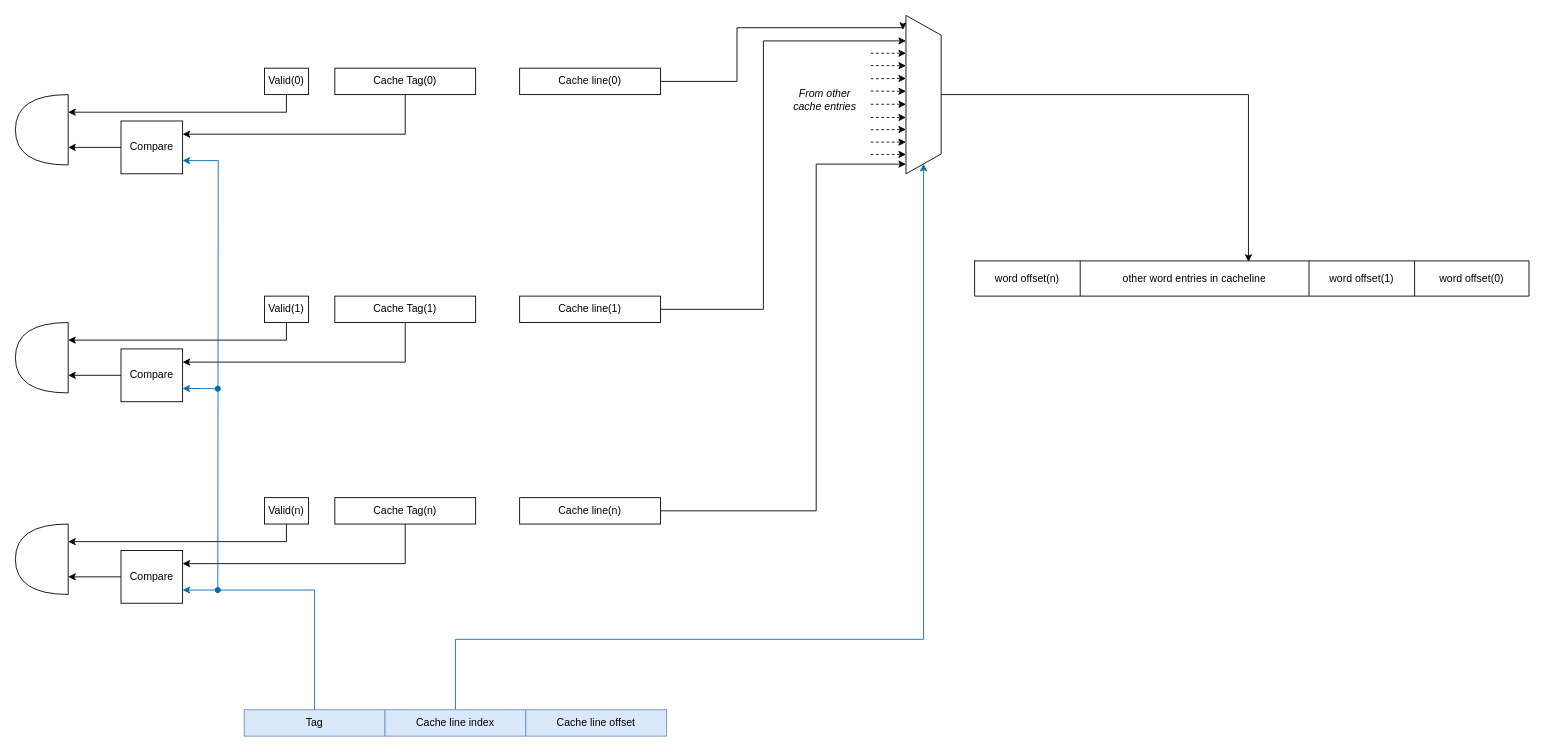
Earlier version of the draw.io diagram Circuit_Drawings/New Circuit.drawio (Kaveesha-98/065-538-720-GNC). Source tidied: cells renumbered, new cells numbered last; positions are measured from the earlier drawing's top-left corner, leaving out a move shared by most shapes. Both pictures are drawn from the tidied source at 88%, with x=0, y=0 at pixel (15, 15).
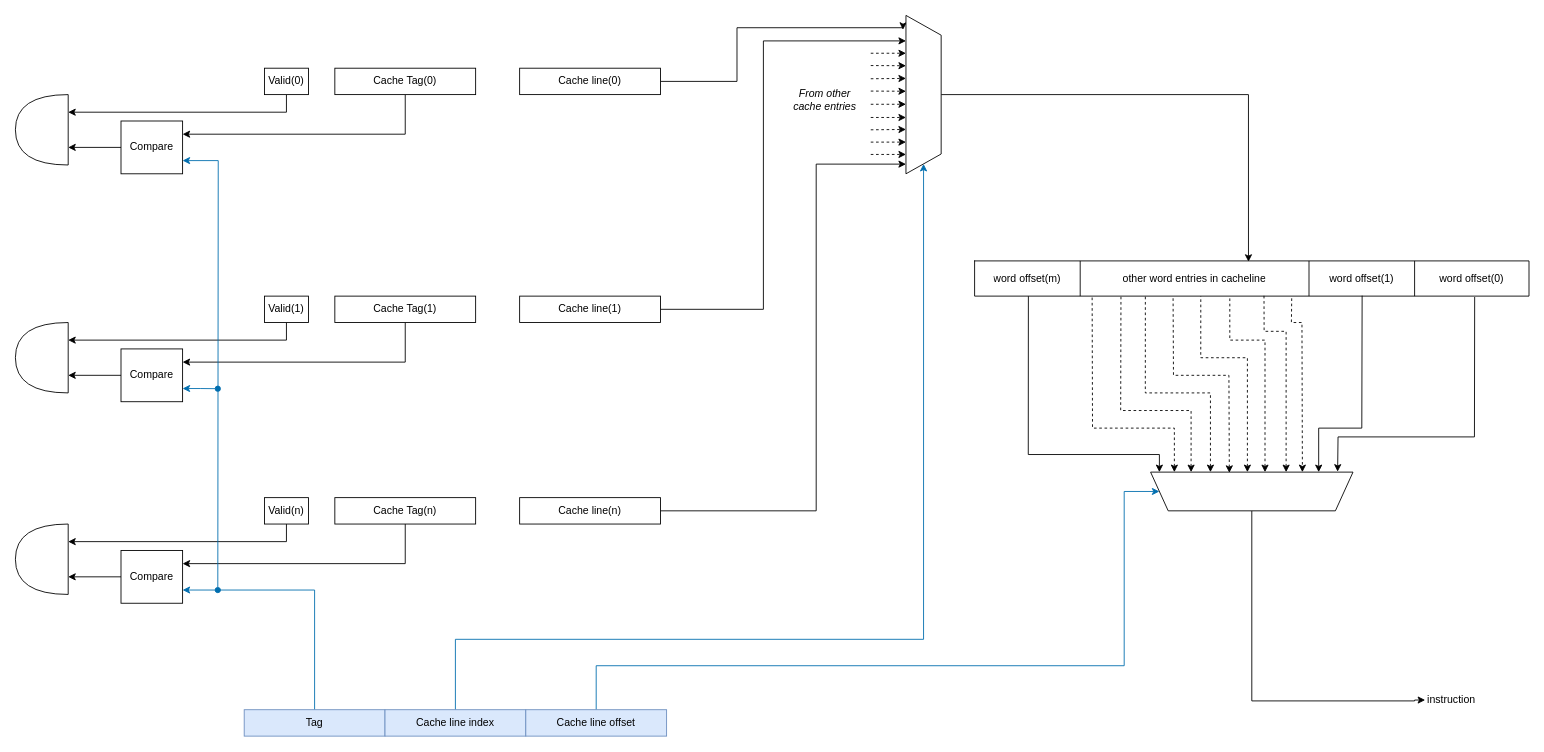
After the change.

Unchanged cells that the change refers to:
```xml
<mxCell id="6" value="Cache line offset" style="rounded=0;whiteSpace=wrap;html=1;fillColor=#dae8fc;strokeColor=#6c8ebf;" parent="1" vertex="1">
  <mxGeometry x="580" y="789" width="160" height="30" as="geometry" />
</mxCell>
<mxCell id="49" style="shape=partialRectangle;html=1;whiteSpace=wrap;fillColor=none;top=0;left=0;bottom=0;right=0;points=[[0,0.5],[1,0.5]];portConstraint=eastwest;" parent="48" vertex="1">
  <mxGeometry width="630" height="40" as="geometry" />
</mxCell>
```

Change to the diagram source:
```diff
@@
+    <mxCell id="54" style="edgeStyle=orthogonalEdgeStyle;rounded=0;jettySize=auto;html=1;exitX=0.5;exitY=0;exitDx=0;exitDy=0;entryX=1;entryY=0.5;entryDx=0;entryDy=0;startArrow=none;startFill=0;endArrow=classic;endFill=1;fillColor=#1ba1e2;strokeColor=#006EAF;" parent="1" edge="1" source="6" target="56">
+      <mxGeometry relative="1" as="geometry">
+        <Array as="points">
+          <mxPoint x="660" y="739" />
+          <mxPoint x="1260" y="739" />
+          <mxPoint x="1260" y="541" />
+        </Array>
+      </mxGeometry>
+    </mxCell>
@@
-    <mxCell id="50" value="&lt;div&gt;word offset(n)&lt;/div&gt;" style="shape=partialRectangle;html=1;whiteSpace=wrap;fillColor=none;top=0;left=0;bottom=0;right=0;overflow=hidden;" parent="49" vertex="1">
+    <mxCell id="50" value="&lt;div&gt;word offset(m)&lt;/div&gt;" style="shape=partialRectangle;html=1;whiteSpace=wrap;fillColor=none;top=0;left=0;bottom=0;right=0;overflow=hidden;" parent="49" vertex="1">
       <mxGeometry width="120" height="40" as="geometry" />
     </mxCell>
@@
+    <mxCell id="55" style="edgeStyle=orthogonalEdgeStyle;rounded=0;jettySize=auto;html=1;exitX=0.5;exitY=0;exitDx=0;exitDy=0;startArrow=none;startFill=0;endArrow=classic;endFill=1;entryX=0;entryY=0.5;entryDx=0;entryDy=0;" parent="1" edge="1" source="56" target="68">
+      <mxGeometry relative="1" as="geometry">
+        <Array as="points">
+          <mxPoint x="1405" y="779" />
+          <mxPoint x="1590" y="779" />
+        </Array>
+      </mxGeometry>
+    </mxCell>
+    <mxCell id="56" style="shape=trapezoid;perimeter=trapezoidPerimeter;whiteSpace=wrap;html=1;fixedSize=1;direction=west;" parent="1" vertex="1">
+      <mxGeometry x="1290" y="519" width="230" height="44" as="geometry" />
+    </mxCell>
+    <mxCell id="57" style="endArrow=classic;html=1;rounded=0;exitX=0.902;exitY=1.025;exitDx=0;exitDy=0;exitPerimeter=0;entryX=0.076;entryY=1.012;entryDx=0;entryDy=0;entryPerimeter=0;" parent="1" edge="1" source="49" target="56">
+      <mxGeometry relative="1" as="geometry">
+        <Array as="points">
+          <mxPoint x="1658" y="479" />
+          <mxPoint x="1503" y="479" />
+        </Array>
+      </mxGeometry>
+    </mxCell>
+    <mxCell id="58" style="endArrow=classic;html=1;rounded=0;exitX=0.699;exitY=0.987;exitDx=0;exitDy=0;exitPerimeter=0;" parent="1" edge="1" source="49">
+      <mxGeometry relative="1" as="geometry">
+        <mxPoint x="1481" y="519" as="targetPoint" />
+        <Array as="points">
+          <mxPoint x="1530" y="469" />
+          <mxPoint x="1481" y="469" />
+        </Array>
+      </mxGeometry>
+    </mxCell>
+    <mxCell id="59" style="endArrow=classic;dashed=1;html=1;rounded=0;exitX=0.572;exitY=1.063;exitDx=0;exitDy=0;exitPerimeter=0;entryX=0.25;entryY=1;entryDx=0;entryDy=0;endFill=1;" parent="1" edge="1" source="49" target="56">
+      <mxGeometry relative="1" as="geometry">
+        <Array as="points">
+          <mxPoint x="1450" y="349" />
+          <mxPoint x="1462" y="349" />
+        </Array>
+      </mxGeometry>
+    </mxCell>
+    <mxCell id="60" style="endArrow=none;dashed=1;html=1;rounded=0;entryX=0.522;entryY=0.983;entryDx=0;entryDy=0;entryPerimeter=0;endFill=0;startArrow=classic;startFill=1;" parent="1" edge="1" target="49">
+      <mxGeometry relative="1" as="geometry">
+        <mxPoint x="1444" y="519" as="sourcePoint" />
+        <Array as="points">
+          <mxPoint x="1444" y="359" />
+          <mxPoint x="1419" y="359" />
+        </Array>
+      </mxGeometry>
+    </mxCell>
+    <mxCell id="61" style="endArrow=none;dashed=1;html=1;rounded=0;startArrow=classic;startFill=1;" parent="1" edge="1">
+      <mxGeometry relative="1" as="geometry">
+        <mxPoint x="1420" y="519" as="sourcePoint" />
+        <mxPoint x="1380" y="319" as="targetPoint" />
+        <Array as="points">
+          <mxPoint x="1420" y="369" />
+          <mxPoint x="1380" y="369" />
+        </Array>
+      </mxGeometry>
+    </mxCell>
+    <mxCell id="62" style="endArrow=none;dashed=1;html=1;rounded=0;entryX=0.408;entryY=1.002;entryDx=0;entryDy=0;entryPerimeter=0;startArrow=classic;startFill=1;" parent="1" edge="1" target="49">
+      <mxGeometry relative="1" as="geometry">
+        <mxPoint x="1400" y="519" as="sourcePoint" />
+        <Array as="points">
+          <mxPoint x="1400" y="389" />
+          <mxPoint x="1347" y="389" />
+        </Array>
+      </mxGeometry>
+    </mxCell>
+    <mxCell id="63" style="endArrow=none;dashed=1;html=1;rounded=0;exitX=0.611;exitY=0.981;exitDx=0;exitDy=0;exitPerimeter=0;entryX=0.358;entryY=1.002;entryDx=0;entryDy=0;entryPerimeter=0;startArrow=classic;startFill=1;" parent="1" edge="1" source="56" target="49">
+      <mxGeometry relative="1" as="geometry">
+        <Array as="points">
+          <mxPoint x="1379" y="409" />
+          <mxPoint x="1316" y="409" />
+        </Array>
+      </mxGeometry>
+    </mxCell>
+    <mxCell id="64" style="endArrow=none;dashed=1;html=1;rounded=0;entryX=0.308;entryY=0.983;entryDx=0;entryDy=0;entryPerimeter=0;startArrow=classic;startFill=1;" parent="1" edge="1" target="49">
+      <mxGeometry relative="1" as="geometry">
+        <mxPoint x="1358" y="519" as="sourcePoint" />
+        <Array as="points">
+          <mxPoint x="1358" y="429" />
+          <mxPoint x="1284" y="429" />
+        </Array>
+      </mxGeometry>
+    </mxCell>
+    <mxCell id="65" style="endArrow=none;dashed=1;html=1;rounded=0;entryX=0.264;entryY=1.02;entryDx=0;entryDy=0;entryPerimeter=0;startArrow=classic;startFill=1;" parent="1" edge="1" target="49">
+      <mxGeometry relative="1" as="geometry">
+        <mxPoint x="1336" y="519" as="sourcePoint" />
+        <Array as="points">
+          <mxPoint x="1336" y="449" />
+          <mxPoint x="1256" y="449" />
+        </Array>
+      </mxGeometry>
+    </mxCell>
+    <mxCell id="66" style="endArrow=none;dashed=1;html=1;rounded=0;entryX=0.212;entryY=0.983;entryDx=0;entryDy=0;entryPerimeter=0;startArrow=classic;startFill=1;" parent="1" edge="1" target="49">
+      <mxGeometry relative="1" as="geometry">
+        <mxPoint x="1317" y="519" as="sourcePoint" />
+        <Array as="points">
+          <mxPoint x="1317" y="469" />
+          <mxPoint x="1224" y="469" />
+        </Array>
+      </mxGeometry>
+    </mxCell>
+    <mxCell id="67" style="endArrow=classic;html=1;rounded=0;exitX=0.097;exitY=1.002;exitDx=0;exitDy=0;exitPerimeter=0;" parent="1" edge="1" source="49">
+      <mxGeometry relative="1" as="geometry">
+        <mxPoint x="1300" y="519" as="targetPoint" />
+        <Array as="points">
+          <mxPoint x="1151" y="499" />
+          <mxPoint x="1300" y="499" />
+        </Array>
+      </mxGeometry>
+    </mxCell>
+    <mxCell id="68" value="instruction" style="text;html=1;strokeColor=none;fillColor=none;align=center;verticalAlign=middle;whiteSpace=wrap;rounded=0;" parent="1" vertex="1">
+      <mxGeometry x="1602" y="763" width="60" height="30" as="geometry" />
+    </mxCell>
```
